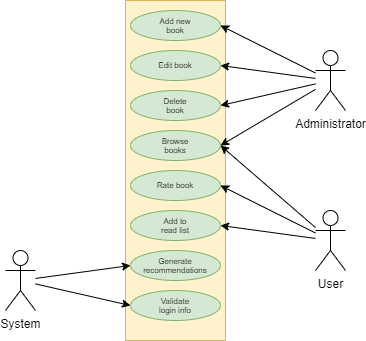
The draw.io diagram UseCaseProject.png in ReapersSorrow/Projects, before a commit. Source tidied: cells renumbered, new cells last; positions are measured from the earlier drawing's top-left corner, leaving out a move shared by most shapes.
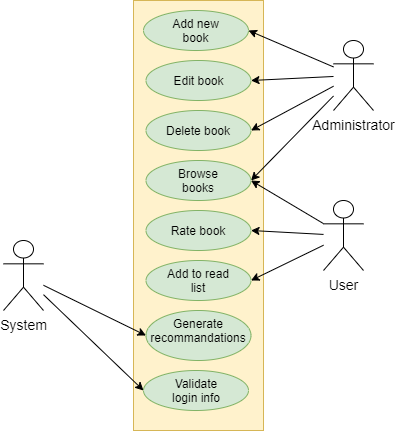
Later version of the same file.

What changed in the source:
```diff
@@ -2,92 +2,92 @@
   <root>
     <mxCell id="0" />
     <mxCell id="1" parent="0" />
-    <mxCell id="2" value="User" style="shape=umlActor;verticalLabelPosition=bottom;verticalAlign=top;html=1;outlineConnect=0;" parent="1" vertex="1">
-      <mxGeometry x="310" y="210" width="30" height="60" as="geometry" />
+    <mxCell id="2" value="&lt;font style=&quot;font-size: 14px&quot;&gt;User&lt;/font&gt;" style="shape=umlActor;verticalLabelPosition=bottom;verticalAlign=top;html=1;outlineConnect=0;" parent="1" vertex="1">
+      <mxGeometry x="310" y="200" width="40" height="70" as="geometry" />
     </mxCell>
-    <mxCell id="3" value="Administrator&lt;br&gt;" style="shape=umlActor;verticalLabelPosition=bottom;verticalAlign=top;html=1;outlineConnect=0;" parent="1" vertex="1">
-      <mxGeometry x="310" y="50" width="30" height="60" as="geometry" />
+    <mxCell id="3" value="&lt;font style=&quot;font-size: 14px&quot;&gt;Administrator&lt;/font&gt;" style="shape=umlActor;verticalLabelPosition=bottom;verticalAlign=top;html=1;outlineConnect=0;" parent="1" vertex="1">
+      <mxGeometry x="320" y="40" width="40" height="70" as="geometry" />
     </mxCell>
-    <mxCell id="4" value="System&lt;br&gt;" style="shape=umlActor;verticalLabelPosition=bottom;verticalAlign=top;html=1;outlineConnect=0;" parent="1" vertex="1">
-      <mxGeometry y="250" width="30" height="60" as="geometry" />
+    <mxCell id="4" value="&lt;font style=&quot;font-size: 14px&quot;&gt;System&lt;/font&gt;" style="shape=umlActor;verticalLabelPosition=bottom;verticalAlign=top;html=1;outlineConnect=0;" parent="1" vertex="1">
+      <mxGeometry x="-10" y="240" width="40" height="70" as="geometry" />
     </mxCell>
     <mxCell id="5" style="rounded=0;whiteSpace=wrap;html=1;fillColor=#fff2cc;strokeColor=#d6b656;" parent="1" vertex="1">
-      <mxGeometry x="120" width="100" height="340" as="geometry" />
+      <mxGeometry x="120" width="130" height="430" as="geometry" />
     </mxCell>
     <mxCell id="6" style="ellipse;whiteSpace=wrap;html=1;fillColor=#d5e8d4;strokeColor=#82b366;" parent="1" vertex="1">
-      <mxGeometry x="125" y="10" width="90" height="30" as="geometry" />
+      <mxGeometry x="130" y="10" width="105" height="40" as="geometry" />
     </mxCell>
-    <mxCell id="7" value="Add new book" style="text;html=1;strokeColor=none;fillColor=none;align=center;verticalAlign=middle;whiteSpace=wrap;rounded=0;fontSize=8;" parent="1" vertex="1">
-      <mxGeometry x="150" y="15" width="40" height="20" as="geometry" />
+    <mxCell id="7" value="Add new book" style="text;html=1;strokeColor=none;fillColor=none;align=center;verticalAlign=middle;whiteSpace=wrap;rounded=0;fontSize=12;" parent="1" vertex="1">
+      <mxGeometry x="150" y="20" width="65" height="20" as="geometry" />
     </mxCell>
-    <mxCell id="8" style="ellipse;whiteSpace=wrap;html=1;fillColor=#d5e8d4;strokeColor=#82b366;" parent="1" vertex="1">
-      <mxGeometry x="125" y="50" width="90" height="30" as="geometry" />
-    </mxCell>
-    <mxCell id="9" value="Edit book" style="text;html=1;strokeColor=none;fillColor=none;align=center;verticalAlign=middle;whiteSpace=wrap;rounded=0;fontSize=8;" parent="1" vertex="1">
-      <mxGeometry x="150" y="55" width="40" height="20" as="geometry" />
-    </mxCell>
-    <mxCell id="10" style="ellipse;whiteSpace=wrap;html=1;fillColor=#d5e8d4;strokeColor=#82b366;" parent="1" vertex="1">
-      <mxGeometry x="125" y="90" width="90" height="30" as="geometry" />
-    </mxCell>
-    <mxCell id="11" value="Delete book" style="text;html=1;strokeColor=none;fillColor=none;align=center;verticalAlign=middle;whiteSpace=wrap;rounded=0;fontSize=8;" parent="1" vertex="1">
-      <mxGeometry x="150" y="95" width="40" height="20" as="geometry" />
-    </mxCell>
-    <mxCell id="12" style="ellipse;whiteSpace=wrap;html=1;fillColor=#d5e8d4;strokeColor=#82b366;" parent="1" vertex="1">
-      <mxGeometry x="125" y="130" width="90" height="30" as="geometry" />
-    </mxCell>
-    <mxCell id="13" value="Browse books" style="text;html=1;strokeColor=none;fillColor=none;align=center;verticalAlign=middle;whiteSpace=wrap;rounded=0;fontSize=8;" parent="1" vertex="1">
-      <mxGeometry x="150" y="135" width="40" height="20" as="geometry" />
-    </mxCell>
-    <mxCell id="14" style="ellipse;whiteSpace=wrap;html=1;fillColor=#d5e8d4;strokeColor=#82b366;" parent="1" vertex="1">
-      <mxGeometry x="125" y="170" width="90" height="30" as="geometry" />
-    </mxCell>
-    <mxCell id="15" value="Rate book" style="text;html=1;strokeColor=none;fillColor=none;align=center;verticalAlign=middle;whiteSpace=wrap;rounded=0;fontSize=8;" parent="1" vertex="1">
-      <mxGeometry x="150" y="175" width="40" height="20" as="geometry" />
-    </mxCell>
-    <mxCell id="16" style="ellipse;whiteSpace=wrap;html=1;fillColor=#d5e8d4;strokeColor=#82b366;" parent="1" vertex="1">
-      <mxGeometry x="125" y="210" width="90" height="30" as="geometry" />
-    </mxCell>
-    <mxCell id="17" value="Add to read list" style="text;html=1;strokeColor=none;fillColor=none;align=center;verticalAlign=middle;whiteSpace=wrap;rounded=0;fontSize=8;" parent="1" vertex="1">
-      <mxGeometry x="150" y="215" width="40" height="20" as="geometry" />
-    </mxCell>
-    <mxCell id="18" style="ellipse;whiteSpace=wrap;html=1;fillColor=#d5e8d4;strokeColor=#82b366;" parent="1" vertex="1">
-      <mxGeometry x="125" y="250" width="90" height="30" as="geometry" />
-    </mxCell>
-    <mxCell id="19" value="Generate recommendations" style="text;html=1;strokeColor=none;fillColor=none;align=center;verticalAlign=middle;whiteSpace=wrap;rounded=0;fontSize=8;" parent="1" vertex="1">
-      <mxGeometry x="150" y="255" width="40" height="20" as="geometry" />
-    </mxCell>
-    <mxCell id="20" style="endArrow=classic;html=1;fontSize=8;entryX=0;entryY=0.5;entryDx=0;entryDy=0;" parent="1" edge="1" source="4" target="18">
+    <mxCell id="20" style="endArrow=classic;html=1;fontSize=8;entryX=0;entryY=0.5;entryDx=0;entryDy=0;" parent="1" edge="1" source="4" target="36">
       <mxGeometry relative="1" as="geometry" />
     </mxCell>
     <mxCell id="21" style="endArrow=classic;html=1;fontSize=8;entryX=1;entryY=0.5;entryDx=0;entryDy=0;" parent="1" edge="1" source="3" target="6">
       <mxGeometry relative="1" as="geometry" />
     </mxCell>
-    <mxCell id="22" style="endArrow=classic;html=1;fontSize=8;entryX=1;entryY=0.5;entryDx=0;entryDy=0;" parent="1" edge="1" source="3" target="8">
+    <mxCell id="22" style="endArrow=classic;html=1;fontSize=8;entryX=1;entryY=0.5;entryDx=0;entryDy=0;" parent="1" edge="1" source="3" target="31">
       <mxGeometry relative="1" as="geometry" />
     </mxCell>
-    <mxCell id="23" style="endArrow=classic;html=1;fontSize=8;entryX=1;entryY=0.5;entryDx=0;entryDy=0;" parent="1" edge="1" source="3" target="10">
+    <mxCell id="23" style="endArrow=classic;html=1;fontSize=8;entryX=1;entryY=0.5;entryDx=0;entryDy=0;" parent="1" edge="1" source="3" target="32">
       <mxGeometry relative="1" as="geometry" />
     </mxCell>
-    <mxCell id="24" style="endArrow=classic;html=1;fontSize=8;entryX=1;entryY=0.5;entryDx=0;entryDy=0;" parent="1" edge="1" source="3" target="12">
+    <mxCell id="24" style="endArrow=classic;html=1;fontSize=8;entryX=1;entryY=0.5;entryDx=0;entryDy=0;" parent="1" edge="1" source="3" target="33">
       <mxGeometry relative="1" as="geometry" />
     </mxCell>
-    <mxCell id="25" style="endArrow=classic;html=1;fontSize=8;entryX=1;entryY=0.5;entryDx=0;entryDy=0;" parent="1" edge="1" source="2" target="12">
+    <mxCell id="25" style="endArrow=classic;html=1;fontSize=8;entryX=1;entryY=0.5;entryDx=0;entryDy=0;" parent="1" edge="1" source="2" target="33">
       <mxGeometry relative="1" as="geometry" />
     </mxCell>
-    <mxCell id="26" style="endArrow=classic;html=1;fontSize=8;entryX=1;entryY=0.5;entryDx=0;entryDy=0;" parent="1" edge="1" source="2" target="14">
+    <mxCell id="26" style="endArrow=classic;html=1;fontSize=8;entryX=1;entryY=0.5;entryDx=0;entryDy=0;" parent="1" edge="1" source="2" target="34">
       <mxGeometry relative="1" as="geometry" />
     </mxCell>
-    <mxCell id="27" style="endArrow=classic;html=1;fontSize=8;entryX=1;entryY=0.5;entryDx=0;entryDy=0;" parent="1" edge="1" source="2" target="16">
+    <mxCell id="27" style="endArrow=classic;html=1;fontSize=8;entryX=1;entryY=0.5;entryDx=0;entryDy=0;" parent="1" edge="1" source="2" target="35">
       <mxGeometry relative="1" as="geometry" />
     </mxCell>
-    <mxCell id="28" style="ellipse;whiteSpace=wrap;html=1;fillColor=#d5e8d4;strokeColor=#82b366;" parent="1" vertex="1">
-      <mxGeometry x="125" y="290" width="90" height="30" as="geometry" />
-    </mxCell>
+    <mxCell id="30" style="endArrow=classic;html=1;fontSize=8;entryX=0;entryY=0.5;entryDx=0;entryDy=0;" parent="1" edge="1" source="4" target="38">
+      <mxGeometry relative="1" as="geometry" />
+    </mxCell>
+    <mxCell id="31" style="ellipse;whiteSpace=wrap;html=1;fillColor=#d5e8d4;strokeColor=#82b366;" parent="1" vertex="1">
+      <mxGeometry x="132.5" y="60" width="105" height="40" as="geometry" />
+    </mxCell>
+    <mxCell id="32" style="ellipse;whiteSpace=wrap;html=1;fillColor=#d5e8d4;strokeColor=#82b366;" parent="1" vertex="1">
+      <mxGeometry x="132.5" y="110" width="105" height="40" as="geometry" />
+    </mxCell>
+    <mxCell id="33" style="ellipse;whiteSpace=wrap;html=1;fillColor=#d5e8d4;strokeColor=#82b366;" parent="1" vertex="1">
+      <mxGeometry x="132.5" y="160" width="105" height="40" as="geometry" />
+    </mxCell>
+    <mxCell id="34" style="ellipse;whiteSpace=wrap;html=1;fillColor=#d5e8d4;strokeColor=#82b366;" parent="1" vertex="1">
+      <mxGeometry x="132.5" y="210" width="105" height="40" as="geometry" />
+    </mxCell>
+    <mxCell id="35" style="ellipse;whiteSpace=wrap;html=1;fillColor=#d5e8d4;strokeColor=#82b366;" parent="1" vertex="1">
+      <mxGeometry x="132.5" y="260" width="105" height="40" as="geometry" />
+    </mxCell>
+    <mxCell id="36" style="ellipse;whiteSpace=wrap;html=1;fillColor=#d5e8d4;strokeColor=#82b366;" parent="1" vertex="1">
+      <mxGeometry x="132.5" y="310" width="105" height="50" as="geometry" />
+    </mxCell>
+    <mxCell id="9" value="Edit book" style="text;html=1;strokeColor=none;fillColor=none;align=center;verticalAlign=middle;whiteSpace=wrap;rounded=0;fontSize=12;" parent="1" vertex="1">
+      <mxGeometry x="157.5" y="70" width="55" height="20" as="geometry" />
+    </mxCell>
+    <mxCell id="11" value="Delete book" style="text;html=1;strokeColor=none;fillColor=none;align=center;verticalAlign=middle;whiteSpace=wrap;rounded=0;fontSize=12;" parent="1" vertex="1">
+      <mxGeometry x="150" y="120" width="70" height="20" as="geometry" />
+    </mxCell>
+    <mxCell id="13" value="Browse books" style="text;html=1;strokeColor=none;fillColor=none;align=center;verticalAlign=middle;whiteSpace=wrap;rounded=0;fontSize=12;" parent="1" vertex="1">
+      <mxGeometry x="150" y="170" width="70" height="20" as="geometry" />
+    </mxCell>
+    <mxCell id="15" value="Rate book" style="text;html=1;strokeColor=none;fillColor=none;align=center;verticalAlign=middle;whiteSpace=wrap;rounded=0;fontSize=12;" parent="1" vertex="1">
+      <mxGeometry x="150" y="220" width="70" height="20" as="geometry" />
+    </mxCell>
+    <mxCell id="17" value="Add to read list" style="text;html=1;strokeColor=none;fillColor=none;align=center;verticalAlign=middle;whiteSpace=wrap;rounded=0;fontSize=12;" parent="1" vertex="1">
+      <mxGeometry x="150" y="265" width="70" height="30" as="geometry" />
+    </mxCell>
+    <mxCell id="37" value="Generate recommandations" style="text;html=1;strokeColor=none;fillColor=none;align=center;verticalAlign=middle;whiteSpace=wrap;rounded=0;fontSize=12;" parent="1" vertex="1">
+      <mxGeometry x="140" y="320" width="90" height="20" as="geometry" />
+    </mxCell>
+    <mxCell id="38" style="ellipse;whiteSpace=wrap;html=1;fillColor=#d5e8d4;strokeColor=#82b366;" parent="1" vertex="1">
+      <mxGeometry x="130" y="370" width="105" height="40" as="geometry" />
+    </mxCell>
-    <mxCell id="29" value="Validate login info" style="text;html=1;strokeColor=none;fillColor=none;align=center;verticalAlign=middle;whiteSpace=wrap;rounded=0;fontSize=8;" parent="1" vertex="1">
-      <mxGeometry x="150" y="295" width="40" height="20" as="geometry" />
+    <mxCell id="29" value="Validate login info" style="text;html=1;strokeColor=none;fillColor=none;align=center;verticalAlign=middle;whiteSpace=wrap;rounded=0;fontSize=12;" parent="1" vertex="1">
+      <mxGeometry x="147.5" y="380" width="70" height="20" as="geometry" />
     </mxCell>
-    <mxCell id="30" style="endArrow=classic;html=1;fontSize=8;entryX=0;entryY=0.5;entryDx=0;entryDy=0;" parent="1" edge="1" source="4" target="28">
-      <mxGeometry relative="1" as="geometry" />
-    </mxCell>
   </root>
 </mxGraphModel>
```
